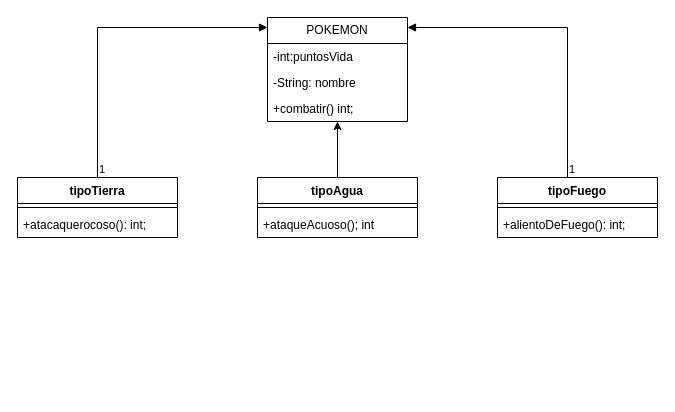
Above: pokemon.drawio in SantiagoTamayo2002/UML (draw.io), before the change. Source tidied: cells renumbered, new cells numbered last; positions are measured from the earlier drawing's top-left corner, leaving out a move shared by most shapes. Both pictures are drawn from the tidied source at 100%, with x=0, y=0 at pixel (17, 17).
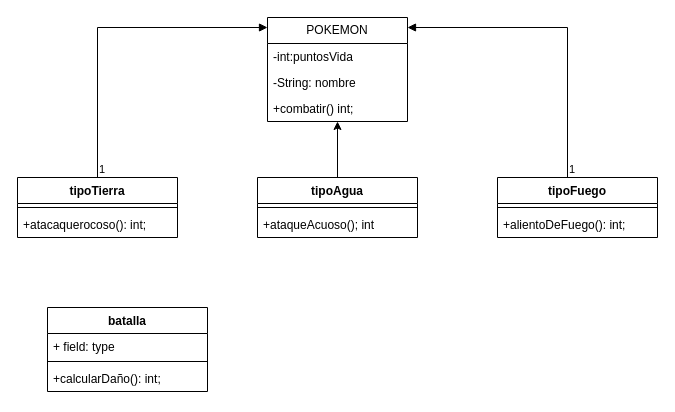
After the change.

Diff of the diagram source:
```diff
@@
+    <mxCell id="20" value="batalla" style="swimlane;fontStyle=1;align=center;verticalAlign=top;horizontal=1;startSize=26;whiteSpace=wrap;html=1;" parent="1" vertex="1">
+      <mxGeometry x="30" y="290" width="160" height="84" as="geometry" />
+    </mxCell>
+    <mxCell id="21" value="+ field: type" style="text;strokeColor=none;fillColor=none;align=left;verticalAlign=top;spacingLeft=4;spacingRight=4;overflow=hidden;whiteSpace=wrap;html=1;" parent="20" vertex="1">
+      <mxGeometry y="26" width="160" height="24" as="geometry" />
+    </mxCell>
+    <mxCell id="22" style="line;strokeWidth=1;fillColor=none;align=left;verticalAlign=middle;spacingTop=-1;spacingLeft=3;spacingRight=3;labelPosition=right;strokeColor=inherit;" parent="20" vertex="1">
+      <mxGeometry y="50" width="160" height="8" as="geometry" />
+    </mxCell>
+    <mxCell id="23" value="+calcularDaño(): int;" style="text;strokeColor=none;fillColor=none;align=left;verticalAlign=top;spacingLeft=4;spacingRight=4;overflow=hidden;whiteSpace=wrap;html=1;" parent="20" vertex="1">
+      <mxGeometry y="58" width="160" height="26" as="geometry" />
+    </mxCell>
```
